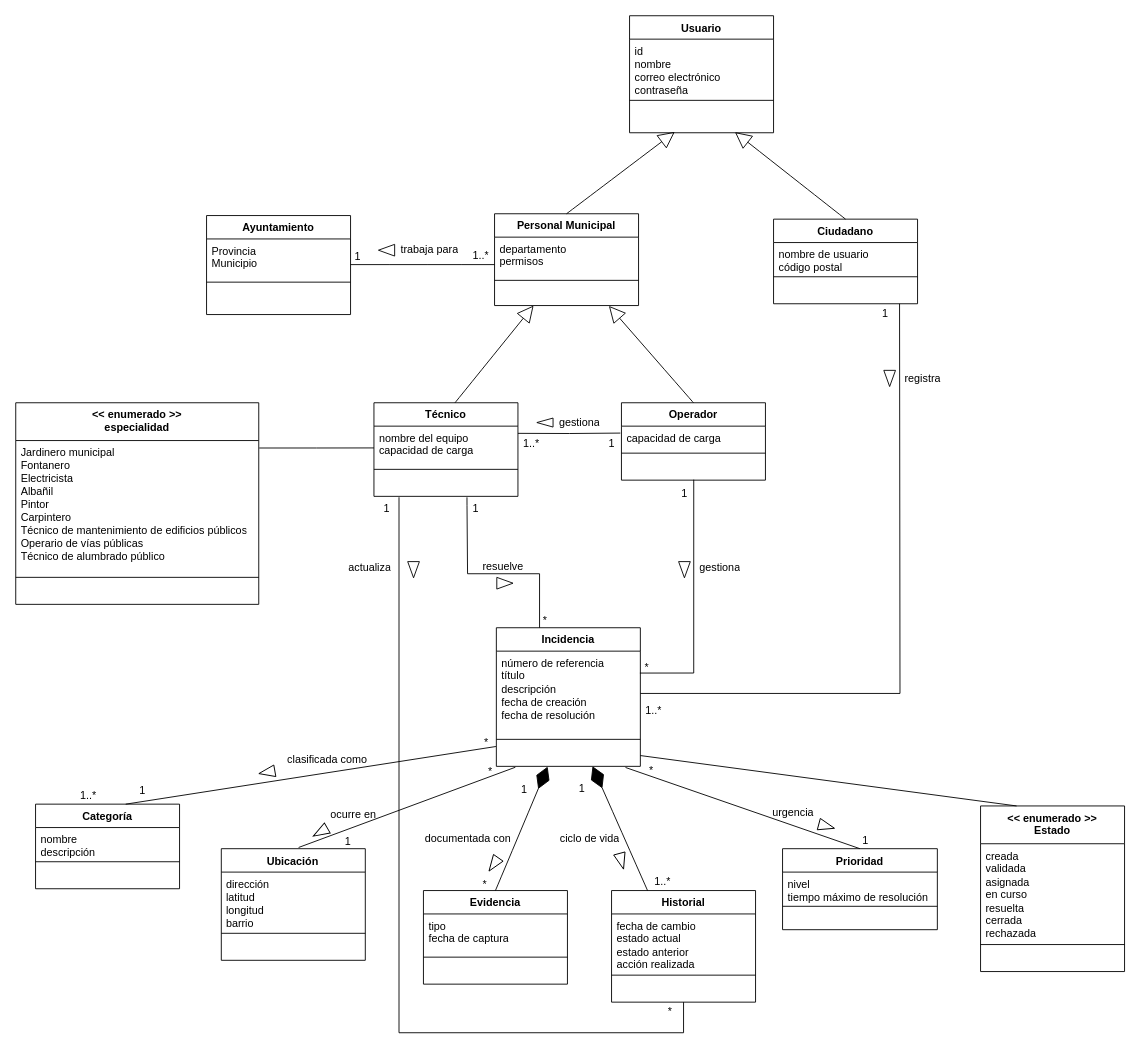
The draw.io diagram Diagrams/DiagramaModelo_v5.drawio in javimoralesg/UrbanDesk, before the edit. Source tidied: cells renumbered, new cells numbered last; positions are measured from the earlier drawing's top-left corner, leaving out a move shared by most shapes. Both pictures are drawn from the tidied source at 90%, with x=0, y=0 at pixel (15, 15).
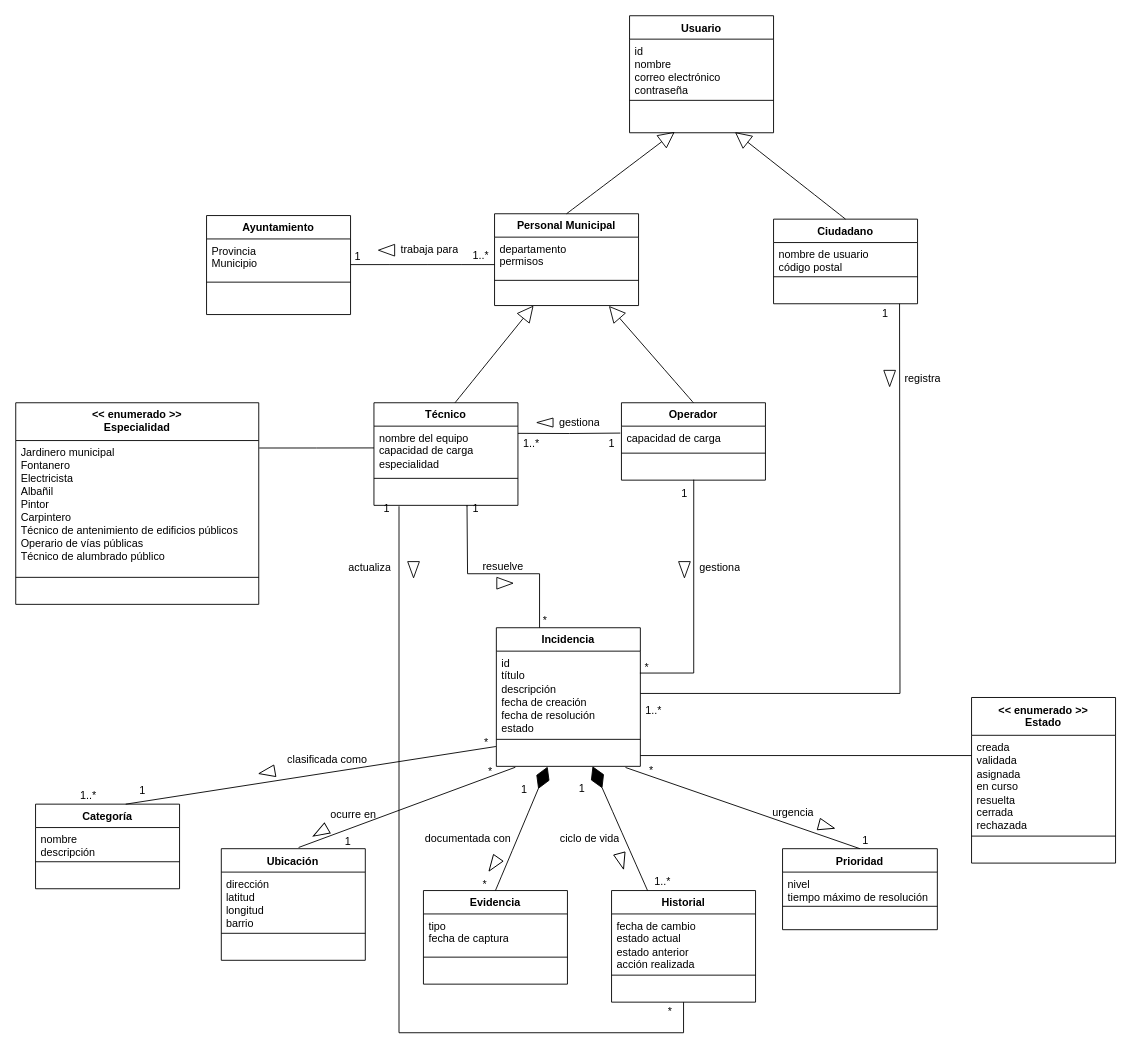
The same diagram, later.

Commit message:
add diagrama modelo dominio final

The change refers to these unchanged cells:
```xml
<mxCell id="22" value="Incidencia" style="swimlane;fontStyle=1;align=center;verticalAlign=top;horizontal=1;startSize=26;whiteSpace=wrap;html=1;" parent="1" vertex="1">
  <mxGeometry x="534" y="680" width="160" height="154" as="geometry" />
</mxCell>
```

What changed in the source:
```diff
@@
     <mxCell id="18" value="Técnico" style="swimlane;fontStyle=1;align=center;verticalAlign=top;horizontal=1;startSize=26;whiteSpace=wrap;html=1;" parent="1" vertex="1">
-      <mxGeometry x="398" y="430" width="160" height="104" as="geometry" />
+      <mxGeometry x="398" y="430" width="160" height="114" as="geometry" />
     </mxCell>
-    <mxCell id="19" value="nombre del equipo&lt;div&gt;&lt;span style=&quot;background-color: transparent; color: light-dark(rgb(0, 0, 0), rgb(255, 255, 255));&quot;&gt;capacidad de carga&lt;/span&gt;&lt;/div&gt;&lt;div&gt;&lt;br&gt;&lt;/div&gt;" style="text;strokeColor=none;fillColor=none;align=left;verticalAlign=top;spacingLeft=4;spacingRight=4;overflow=hidden;whiteSpace=wrap;html=1;" parent="18" vertex="1">
-      <mxGeometry y="26" width="160" height="44" as="geometry" />
+    <mxCell id="19" value="nombre del equipo&lt;div&gt;&lt;span style=&quot;background-color: transparent; color: light-dark(rgb(0, 0, 0), rgb(255, 255, 255));&quot;&gt;capacidad de carga&lt;/span&gt;&lt;/div&gt;&lt;div&gt;especialidad&lt;/div&gt;" style="text;strokeColor=none;fillColor=none;align=left;verticalAlign=top;spacingLeft=4;spacingRight=4;overflow=hidden;whiteSpace=wrap;html=1;" parent="18" vertex="1">
+      <mxGeometry y="26" width="160" height="54" as="geometry" />
     </mxCell>
     <mxCell id="20" style="line;strokeWidth=1;fillColor=none;align=left;verticalAlign=middle;spacingTop=-1;spacingLeft=3;spacingRight=3;labelPosition=right;strokeColor=inherit;" parent="18" vertex="1">
-      <mxGeometry y="70" width="160" height="8" as="geometry" />
+      <mxGeometry y="80" width="160" height="8" as="geometry" />
     </mxCell>
     <mxCell id="21" value="&amp;nbsp;" style="text;strokeColor=none;fillColor=none;align=left;verticalAlign=top;spacingLeft=4;spacingRight=4;overflow=hidden;points=[[0,0.5],[1,0.5]];portConstraint=eastwest;whiteSpace=wrap;html=1;" parent="18" vertex="1">
-      <mxGeometry y="78" width="160" height="26" as="geometry" />
+      <mxGeometry y="88" width="160" height="26" as="geometry" />
     </mxCell>
@@
-    <mxCell id="23" value="número de referencia&lt;div&gt;título&lt;/div&gt;&lt;div&gt;descripción&lt;/div&gt;&lt;div&gt;fecha de creación&lt;/div&gt;&lt;div&gt;fecha de resolución&lt;/div&gt;&lt;div&gt;&lt;br&gt;&lt;/div&gt;" style="text;strokeColor=none;fillColor=none;align=left;verticalAlign=top;spacingLeft=4;spacingRight=4;overflow=hidden;points=[[0,0.5],[1,0.5]];portConstraint=eastwest;whiteSpace=wrap;html=1;" parent="22" vertex="1">
+    <mxCell id="23" value="id&lt;br&gt;&lt;div&gt;título&lt;/div&gt;&lt;div&gt;descripción&lt;/div&gt;&lt;div&gt;fecha de creación&lt;/div&gt;&lt;div&gt;fecha de resolución&lt;/div&gt;&lt;div&gt;estado&lt;/div&gt;" style="text;strokeColor=none;fillColor=none;align=left;verticalAlign=top;spacingLeft=4;spacingRight=4;overflow=hidden;points=[[0,0.5],[1,0.5]];portConstraint=eastwest;whiteSpace=wrap;html=1;" parent="22" vertex="1">
       <mxGeometry y="26" width="160" height="94" as="geometry" />
     </mxCell>
@@
     <mxCell id="107" value="&lt;div&gt;&amp;lt;&amp;lt; enumerado &amp;gt;&amp;gt;&lt;/div&gt;Estado" style="swimlane;fontStyle=1;align=center;verticalAlign=top;horizontal=1;startSize=42;whiteSpace=wrap;html=1;" parent="1" vertex="1">
-      <mxGeometry x="1072" y="878" width="160" height="184" as="geometry" />
+      <mxGeometry x="1062" y="757.5" width="160" height="184" as="geometry" />
     </mxCell>
@@
-    <mxCell id="111" style="endArrow=none;html=1;rounded=0;fontSize=12;startSize=8;endSize=8;exitX=0.897;exitY=1.048;exitDx=0;exitDy=0;exitPerimeter=0;entryX=0.25;entryY=0;entryDx=0;entryDy=0;" parent="1" edge="1" target="107">
+    <mxCell id="111" style="endArrow=none;html=1;rounded=0;fontSize=12;startSize=8;endSize=8;exitX=0.897;exitY=1.048;exitDx=0;exitDy=0;exitPerimeter=0;" parent="1" edge="1">
       <mxGeometry relative="1" as="geometry">
         <mxPoint x="694" y="822" as="sourcePoint" />
+        <mxPoint x="1062" y="822" as="targetPoint" />
       </mxGeometry>
     </mxCell>
@@
-    <mxCell id="115" value="&lt;div&gt;&amp;lt;&amp;lt; enumerado &amp;gt;&amp;gt;&lt;/div&gt;especialidad" style="swimlane;fontStyle=1;align=center;verticalAlign=top;horizontal=1;startSize=42;whiteSpace=wrap;html=1;" parent="1" vertex="1">
+    <mxCell id="115" value="&lt;div&gt;&amp;lt;&amp;lt; enumerado &amp;gt;&amp;gt;&lt;/div&gt;Especialidad" style="swimlane;fontStyle=1;align=center;verticalAlign=top;horizontal=1;startSize=42;whiteSpace=wrap;html=1;" parent="1" vertex="1">
       <mxGeometry y="430" width="270" height="224" as="geometry" />
     </mxCell>
-    <mxCell id="116" value="&lt;div&gt;Jardinero municipal&lt;/div&gt;&lt;div&gt;Fontanero&lt;/div&gt;&lt;div&gt;Electricista&lt;/div&gt;&lt;div&gt;Albañil&lt;/div&gt;&lt;div&gt;Pintor&lt;/div&gt;&lt;div&gt;Carpintero&lt;/div&gt;&lt;div&gt;Técnico de mantenimiento de edificios públicos&lt;/div&gt;&lt;div&gt;Operario de vías públicas&lt;/div&gt;&lt;div&gt;Técnico de alumbrado público&lt;/div&gt;" style="text;strokeColor=none;fillColor=none;align=left;verticalAlign=top;spacingLeft=4;spacingRight=4;overflow=hidden;points=[[0,0.5],[1,0.5]];portConstraint=eastwest;whiteSpace=wrap;html=1;" parent="115" vertex="1">
+    <mxCell id="116" value="&lt;div&gt;Jardinero municipal&lt;/div&gt;&lt;div&gt;Fontanero&lt;/div&gt;&lt;div&gt;Electricista&lt;/div&gt;&lt;div&gt;Albañil&lt;/div&gt;&lt;div&gt;Pintor&lt;/div&gt;&lt;div&gt;Carpintero&lt;/div&gt;&lt;div&gt;Técnico de antenimiento de edificios públicos&lt;/div&gt;&lt;div&gt;Operario de vías públicas&lt;/div&gt;&lt;div&gt;Técnico de alumbrado público&lt;/div&gt;" style="text;strokeColor=none;fillColor=none;align=left;verticalAlign=top;spacingLeft=4;spacingRight=4;overflow=hidden;points=[[0,0.5],[1,0.5]];portConstraint=eastwest;whiteSpace=wrap;html=1;" parent="115" vertex="1">
       <mxGeometry y="42" width="270" height="148" as="geometry" />
     </mxCell>
```
